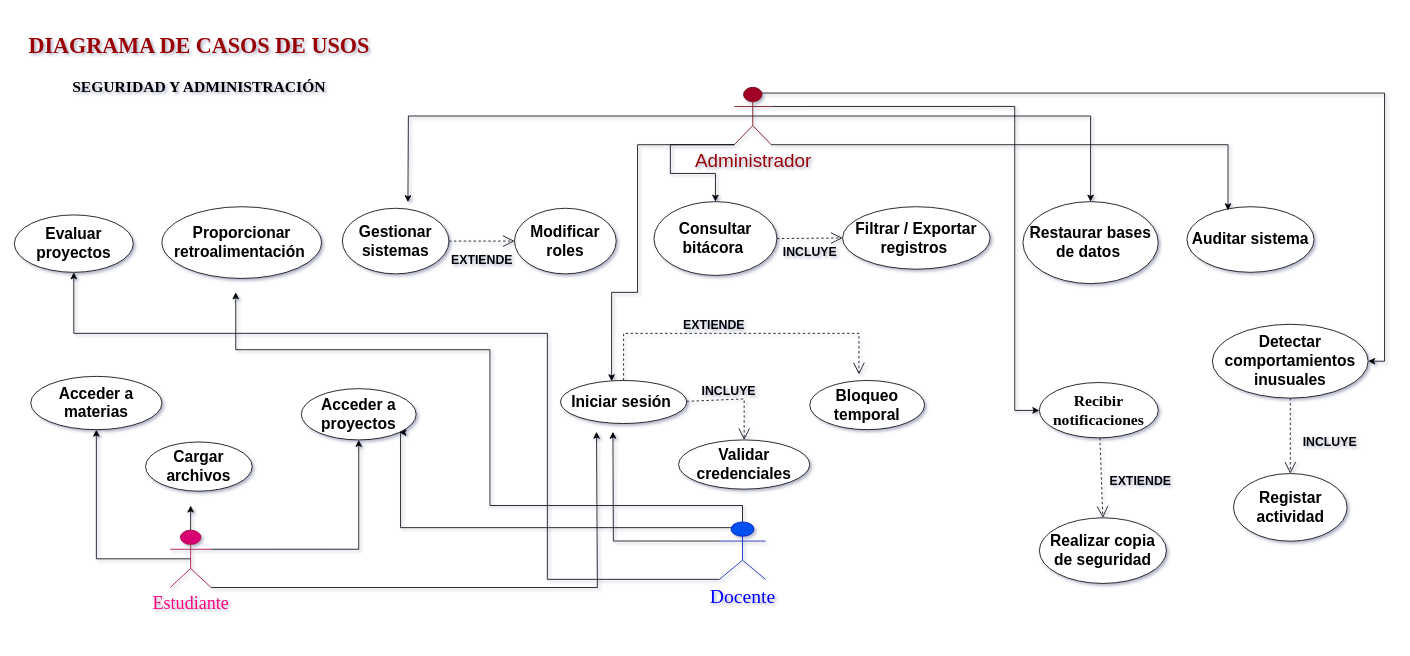
ale18-ship/DiagramaCasosdeUsos keeps this draw.io diagram as page "Página-1" (1 of 2) of Diagrama caso de uso.drawio. Above is the earlier version. Source tidied: cells renumbered, new cells numbered last; positions are measured from the earlier drawing's top-left corner, leaving out a move shared by most shapes. Both pictures are drawn from the tidied source at 82%, with x=0, y=0 at pixel (14, 23).
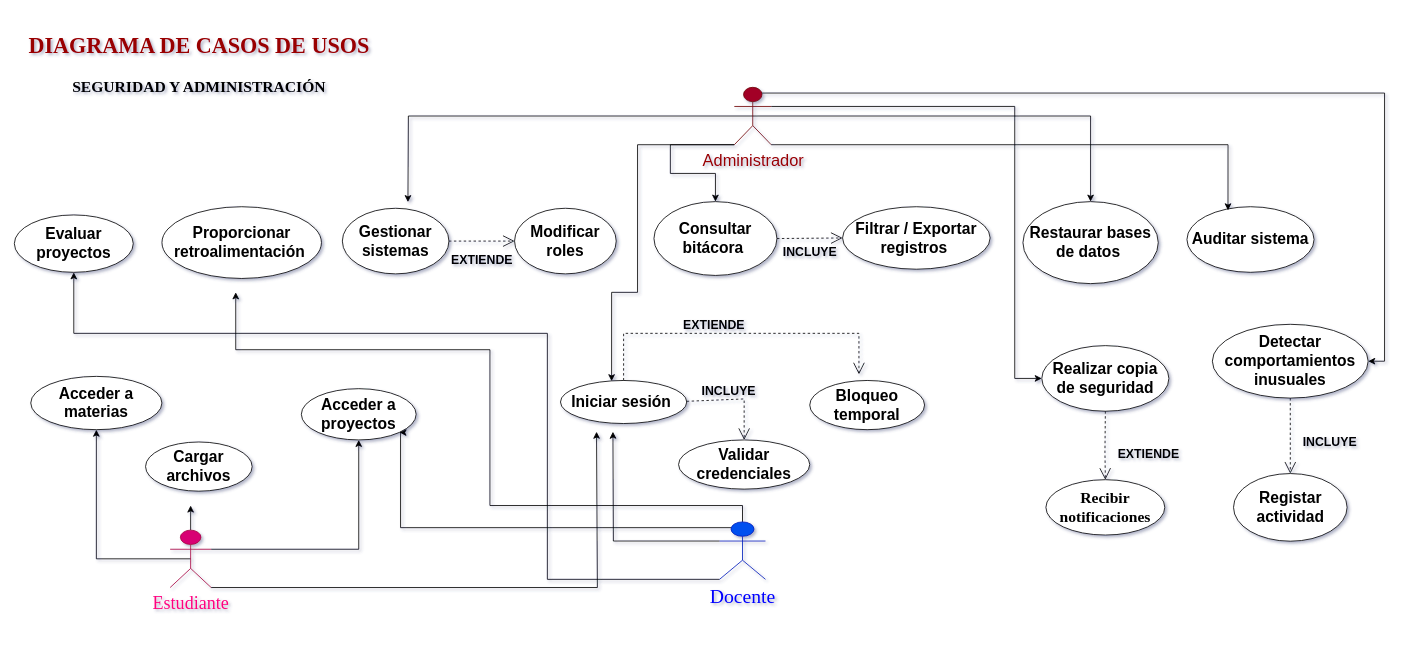
The same diagram, later.

The edit, as a diff of the source:
```diff
@@
-    <mxCell id="21" style="edgeStyle=orthogonalEdgeStyle;rounded=0;jettySize=auto;html=1;exitX=1;exitY=0.3333333333333333;exitDx=0;exitDy=0;exitPerimeter=0;" parent="1" edge="1" source="22" target="23">
+    <mxCell id="21" style="edgeStyle=orthogonalEdgeStyle;rounded=0;jettySize=auto;html=1;exitX=1;exitY=0.3333333333333333;exitDx=0;exitDy=0;exitPerimeter=0;entryX=0;entryY=0.5;entryDx=0;entryDy=0;" parent="1" edge="1" source="22" target="25">
       <mxGeometry relative="1" as="geometry">
         <Array as="points">
           <mxPoint x="1220" y="101" />
-          <mxPoint x="1220" y="472" />
+          <mxPoint x="1220" y="433" />
         </Array>
       </mxGeometry>
     </mxCell>
-    <mxCell id="22" value="Administrador" style="shape=umlActor;verticalLabelPosition=bottom;verticalAlign=top;html=1;outlineConnect=0;fontSize=23;labelBackgroundColor=none;labelBorderColor=none;textShadow=0;fillColor=#a20025;fontColor=#990000;strokeColor=#6F0000;" parent="1" vertex="1">
+    <mxCell id="22" value="Administrador" style="shape=umlActor;verticalLabelPosition=bottom;verticalAlign=top;html=1;outlineConnect=0;fontSize=20;labelBackgroundColor=none;labelBorderColor=none;textShadow=0;fillColor=#a20025;fontColor=#990000;strokeColor=#6F0000;" parent="1" vertex="1">
       <mxGeometry x="878" y="78" width="45" height="70" as="geometry" />
     </mxCell>
     <mxCell id="23" value="Recibir notificaciones" style="ellipse;whiteSpace=wrap;html=1;fontFamily=Times New Roman;fontSize=19;fontStyle=1;labelBackgroundColor=none;" parent="1" vertex="1">
-      <mxGeometry x="1250" y="438" width="145" height="67.5" as="geometry" />
+      <mxGeometry x="1258" y="556.5" width="145" height="67.5" as="geometry" />
     </mxCell>
@@
     <mxCell id="25" value="Realizar copia de seguridad" style="ellipse;whiteSpace=wrap;html=1;fontSize=19;fontStyle=1;labelBackgroundColor=none;" parent="1" vertex="1">
-      <mxGeometry x="1250" y="603" width="155" height="80" as="geometry" />
+      <mxGeometry x="1253" y="393" width="155" height="80" as="geometry" />
     </mxCell>
@@
-    <mxCell id="40" value="EXTIENDE" style="endArrow=open;endSize=12;dashed=1;html=1;rounded=0;fontColor=default;fontSize=15;fontStyle=1;labelBackgroundColor=none;entryX=0.5;entryY=0;entryDx=0;entryDy=0;" parent="1" edge="1" source="23" target="25">
-      <mxGeometry x="0.12" y="47" relative="1" as="geometry">
-        <mxPoint y="-1" as="offset" />
-      </mxGeometry>
-    </mxCell>
@@
+    <mxCell id="40" value="EXTIENDE" style="endArrow=open;endSize=12;dashed=1;html=1;rounded=0;fontColor=default;fontSize=15;fontStyle=1;labelBackgroundColor=none;exitX=0.5;exitY=1;exitDx=0;exitDy=0;entryX=0.5;entryY=0;entryDx=0;entryDy=0;" parent="1" edge="1" source="25" target="23">
+      <mxGeometry x="0.22" y="53" relative="1" as="geometry">
+        <Array as="points">
+          <mxPoint x="1330" y="523" />
+        </Array>
+        <mxPoint y="1" as="offset" />
+      </mxGeometry>
+    </mxCell>
```
